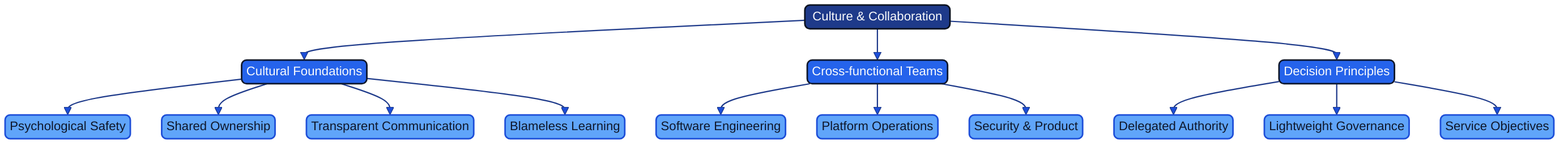
This is docs/images/mindmap_17a_culture_collaboration.png from Geonitab/architecture_as_code, a Mermaid export, as it was before one commit. Its source is kept beside it as docs/images/mindmap_17a_culture_collaboration.mmd.
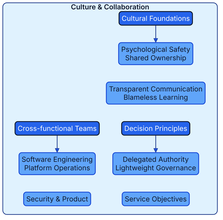
The same diagram one commit later.

Change to the diagram source:
```diff
@@ -1,15 +1,20 @@
-graph TD
-    ROOT(["Culture & Collaboration"]):::geon-primary
-    ROOT --> CF["Cultural Foundations"]:::geon-accent
-    ROOT --> CT["Cross-functional Teams"]:::geon-accent
-    ROOT --> DP["Decision Principles"]:::geon-accent
-    CF --> CF1["Psychological Safety"]:::geon-highlight
-    CF --> CF2["Shared Ownership"]:::geon-highlight
-    CF --> CF3["Transparent Communication"]:::geon-highlight
-    CF --> CF4["Blameless Learning"]:::geon-highlight
-    CT --> CT1["Software Engineering"]:::geon-highlight
-    CT --> CT2["Platform Operations"]:::geon-highlight
-    CT --> CT3["Security & Product"]:::geon-highlight
-    DP --> DP1["Delegated Authority"]:::geon-highlight
-    DP --> DP2["Lightweight Governance"]:::geon-highlight
-    DP --> DP3["Service Objectives"]:::geon-highlight
+flowchart TB
+    subgraph ROOT["Culture & Collaboration"]
+        direction TB
+        B0["Cultural Foundations"]:::geon-accent
+        L0_0["Psychological Safety<br/>Shared Ownership"]:::geon-highlight
+        B0 --> L0_0
+        L0_1["Transparent Communication<br/>Blameless Learning"]:::geon-highlight
+        L0_0 ~~~ L0_1
+        B1["Cross-functional Teams"]:::geon-accent
+        L1_0["Software Engineering<br/>Platform Operations"]:::geon-highlight
+        B1 --> L1_0
+        L1_1["Security & Product"]:::geon-highlight
+        L1_0 ~~~ L1_1
+        B2["Decision Principles"]:::geon-accent
+        L2_0["Delegated Authority<br/>Lightweight Governance"]:::geon-highlight
+        B2 --> L2_0
+        L2_1["Service Objectives"]:::geon-highlight
+        L2_0 ~~~ L2_1
+        L0_1 ~~~ B2
+    end
```
